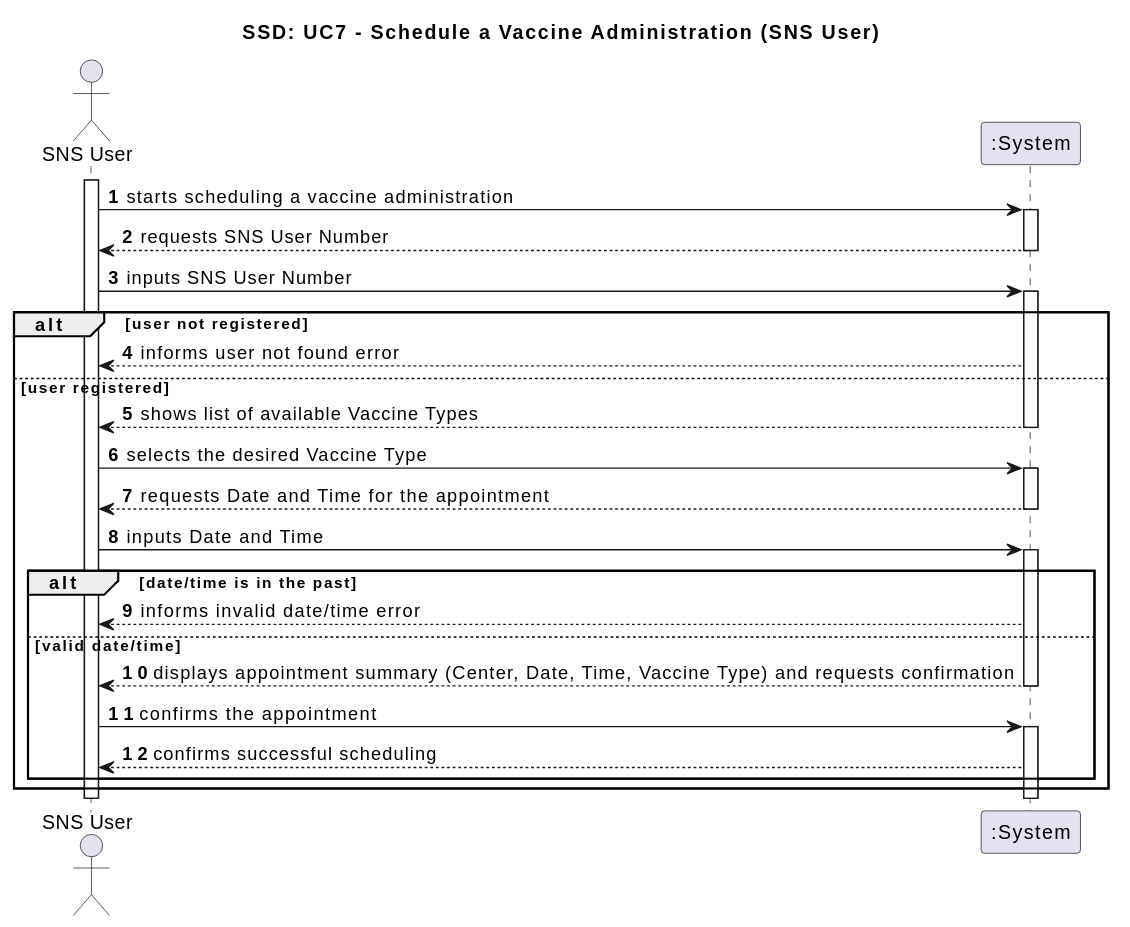
Before: Documentation/Use Cases/UC7/svg/UC7-SSD.svg, a diagram exported from PlantUML (Andre-1240567/fsoft2026_1DD_1). Its diagram source:
```plantuml
@startuml
title SSD: UC7 - Schedule a Vaccine Administration (SNS User)

actor "SNS User" as User
participant ":System" as System

autonumber
activate User

User -> System: starts scheduling a vaccine administration
activate System
System --> User: requests SNS User Number
deactivate System

User -> System: inputs SNS User Number
activate System

alt user not registered
    System --> User: informs user not found error
else user registered
    System --> User: shows list of available Vaccine Types
    deactivate System

    User -> System: selects the desired Vaccine Type
    activate System
    System --> User: requests Date and Time for the appointment
    deactivate System

    User -> System: inputs Date and Time
    activate System

    alt date/time is in the past
        System --> User: informs invalid date/time error
    else valid date/time
        System --> User: displays appointment summary (Center, Date, Time, Vaccine Type) and requests confirmation
        deactivate System

        User -> System: confirms the appointment
        activate System
        System --> User: confirms successful scheduling
    end
end

deactivate System
deactivate User
@enduml
```
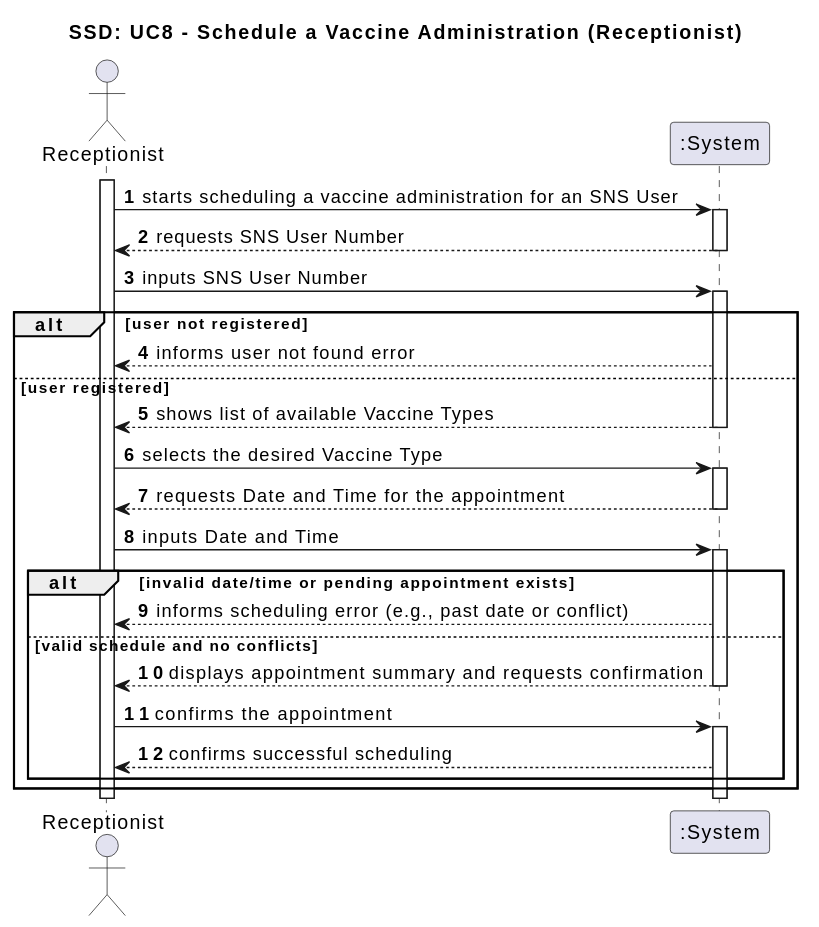
After the commit.

The edit, as a diff of the source:
```diff
@@ -1,46 +1,46 @@
 @startuml
-title SSD: UC7 - Schedule a Vaccine Administration (SNS User)
+title SSD: UC8 - Schedule a Vaccine Administration (Receptionist)
 
-actor "SNS User" as User
+actor "Receptionist" as Rec
 participant ":System" as System
 
 autonumber
-activate User
+activate Rec
 
-User -> System: starts scheduling a vaccine administration
+Rec -> System: starts scheduling a vaccine administration for an SNS User
 activate System
-System --> User: requests SNS User Number
+System --> Rec: requests SNS User Number
 deactivate System
 
-User -> System: inputs SNS User Number
+Rec -> System: inputs SNS User Number
 activate System
 
 alt user not registered
-    System --> User: informs user not found error
+    System --> Rec: informs user not found error
 else user registered
-    System --> User: shows list of available Vaccine Types
+    System --> Rec: shows list of available Vaccine Types
     deactivate System
 
-    User -> System: selects the desired Vaccine Type
+    Rec -> System: selects the desired Vaccine Type
     activate System
-    System --> User: requests Date and Time for the appointment
+    System --> Rec: requests Date and Time for the appointment
     deactivate System
 
-    User -> System: inputs Date and Time
+    Rec -> System: inputs Date and Time
     activate System
 
-    alt date/time is in the past
-        System --> User: informs invalid date/time error
-    else valid date/time
-        System --> User: displays appointment summary (Center, Date, Time, Vaccine Type) and requests confirmation
+    alt invalid date/time or pending appointment exists
+        System --> Rec: informs scheduling error (e.g., past date or conflict)
+    else valid schedule and no conflicts
+        System --> Rec: displays appointment summary and requests confirmation
         deactivate System
 
-        User -> System: confirms the appointment
+        Rec -> System: confirms the appointment
         activate System
-        System --> User: confirms successful scheduling
+        System --> Rec: confirms successful scheduling
     end
 end
 
 deactivate System
-deactivate User
+deactivate Rec
 @enduml
```
